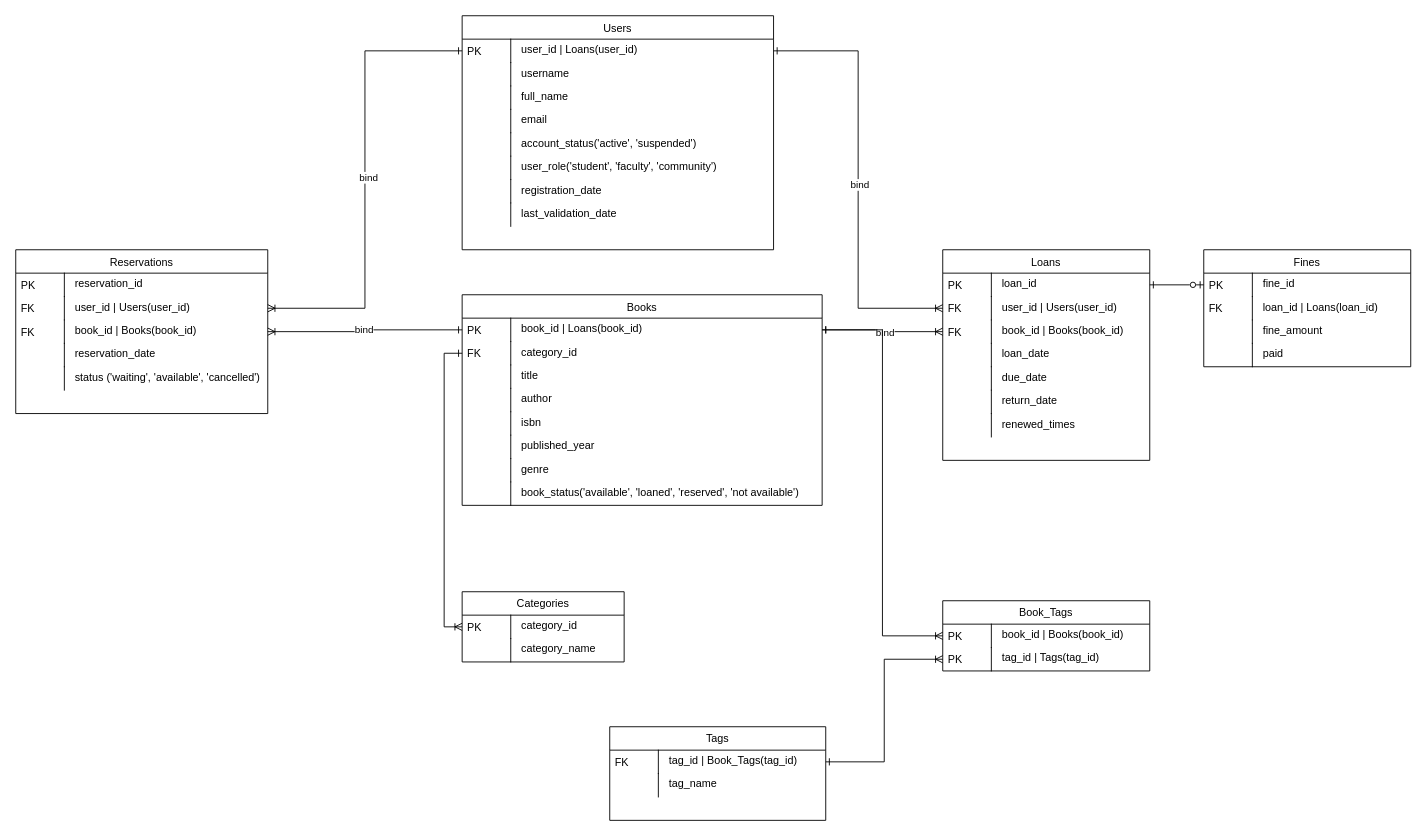
dickwu/autologin keeps this draw.io diagram as Untitled Diagram.drawio. Above is the earlier version. Source tidied: cells renumbered, new cells numbered last; positions are measured from the earlier drawing's top-left corner, leaving out a move shared by most shapes. Both pictures are drawn from the tidied source at 90%, with x=0, y=0 at pixel (15, 15).
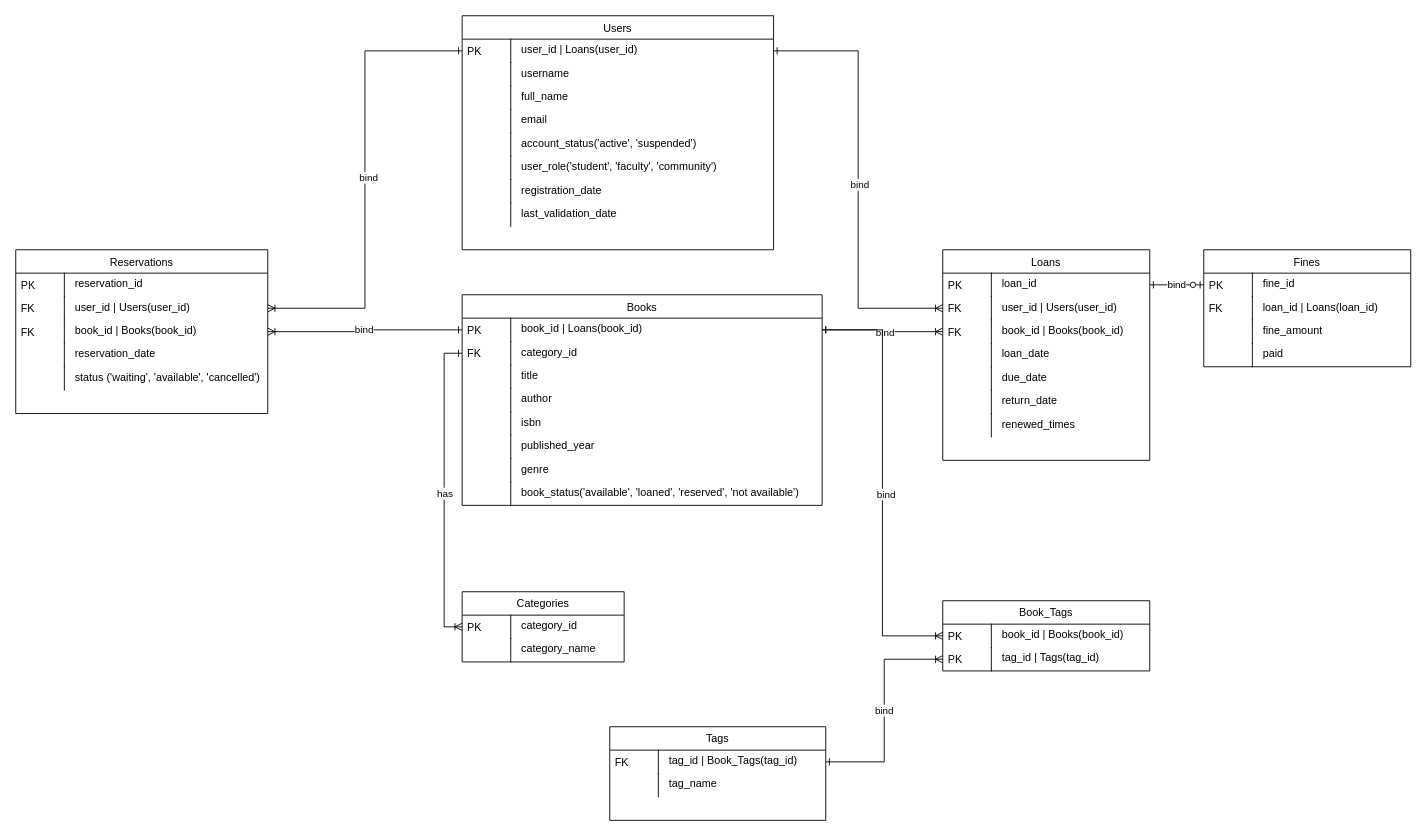
After the change.

The change refers to these unchanged cells:
```xml
<mxCell id="37" value="loan_id" style="shape=partialRectangle;top=0;left=0;right=0;bottom=0;align=left;verticalAlign=top;spacingTop=-2;fillColor=none;spacingLeft=64;spacingRight=4;overflow=hidden;points=[[0,0.5],[1,0.5]];portConstraint=eastwest;" parent="36" vertex="1">
  <mxGeometry y="26" width="230" height="26" as="geometry" />
</mxCell>
<mxCell id="63" value="fine_id" style="shape=partialRectangle;top=0;left=0;right=0;bottom=0;align=left;verticalAlign=top;spacingTop=-2;fillColor=none;spacingLeft=64;spacingRight=4;overflow=hidden;points=[[0,0.5],[1,0.5]];portConstraint=eastwest;" parent="62" vertex="1">
  <mxGeometry y="26" width="230" height="26" as="geometry" />
</mxCell>
<mxCell id="85" style="edgeStyle=orthogonalEdgeStyle;rounded=0;jettySize=auto;html=1;exitX=0;exitY=0.5;exitDx=0;exitDy=0;entryX=0;entryY=0.5;entryDx=0;entryDy=0;startArrow=ERone;startFill=0;endArrow=ERoneToMany;endFill=0;" parent="1" edge="1" source="22" target="80">
  <mxGeometry relative="1" as="geometry" />
</mxCell>
<mxCell id="96" style="edgeStyle=orthogonalEdgeStyle;rounded=0;jettySize=auto;html=1;exitX=1;exitY=0.5;exitDx=0;exitDy=0;entryX=0;entryY=0.5;entryDx=0;entryDy=0;endArrow=ERoneToMany;endFill=0;startArrow=ERone;startFill=0;" parent="1" edge="1" source="87" target="94">
  <mxGeometry relative="1" as="geometry" />
</mxCell>
<mxCell id="97" style="edgeStyle=orthogonalEdgeStyle;rounded=0;jettySize=auto;html=1;exitX=0;exitY=0.5;exitDx=0;exitDy=0;entryX=1;entryY=0.5;entryDx=0;entryDy=0;endArrow=ERone;endFill=0;startArrow=ERoneToMany;startFill=0;" parent="1" edge="1" source="92" target="20">
  <mxGeometry relative="1" as="geometry" />
</mxCell>
```

What changed in the source:
```diff
@@
-    <mxCell id="71" style="edgeStyle=orthogonalEdgeStyle;rounded=0;jettySize=auto;html=1;exitX=1;exitY=0.5;exitDx=0;exitDy=0;startArrow=ERone;startFill=0;endArrow=ERzeroToOne;endFill=0;" parent="1" edge="1" source="37" target="63">
+    <mxCell id="71" value="bind" style="edgeStyle=orthogonalEdgeStyle;rounded=0;jettySize=auto;html=1;exitX=1;exitY=0.5;exitDx=0;exitDy=0;startArrow=ERone;startFill=0;endArrow=ERzeroToOne;endFill=0;" parent="1" edge="1" source="37" target="63">
       <mxGeometry relative="1" as="geometry" />
     </mxCell>
@@
+    <mxCell id="98" value="has" style="edgeLabel;html=1;align=center;verticalAlign=middle;" parent="85" vertex="1">
+      <mxGeometry x="0.02" relative="1" as="geometry" />
+    </mxCell>
@@
+    <mxCell id="99" value="bind" style="edgeLabel;html=1;align=center;verticalAlign=middle;" parent="96" vertex="1">
+      <mxGeometry x="0.01" y="1" relative="1" as="geometry" />
+    </mxCell>
@@
+    <mxCell id="100" value="bind" style="edgeLabel;html=1;align=center;verticalAlign=middle;" parent="97" vertex="1">
+      <mxGeometry x="-0.05" y="-3" relative="1" as="geometry" />
+    </mxCell>
```
